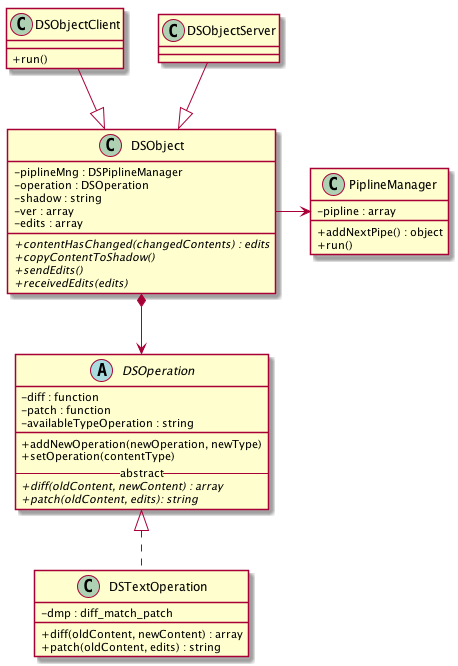
Earlier version of the PlantUML export doc/DSObject-classes.png (Yeonjj/Diff-Sync).
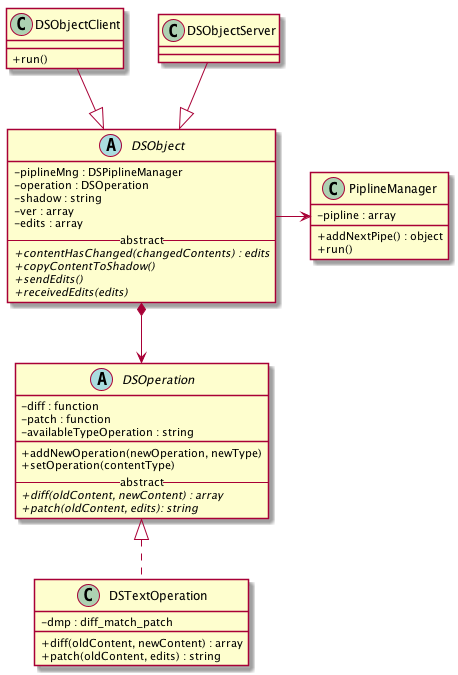
The same diagram one commit later.

The edit, as a diff of the source:
```diff
@@ -26,12 +26,13 @@
 +run()
 }
 
-class DSObject {
+abstract class DSObject {
 -piplineMng : DSPiplineManager
 -operation : DSOperation
 -shadow : string
 -ver : array
 -edits : array
+--abstract--
 {abstract}+contentHasChanged(changedContents) : edits
 {abstract}+copyContentToShadow()
 {abstract}+sendEdits()
```
